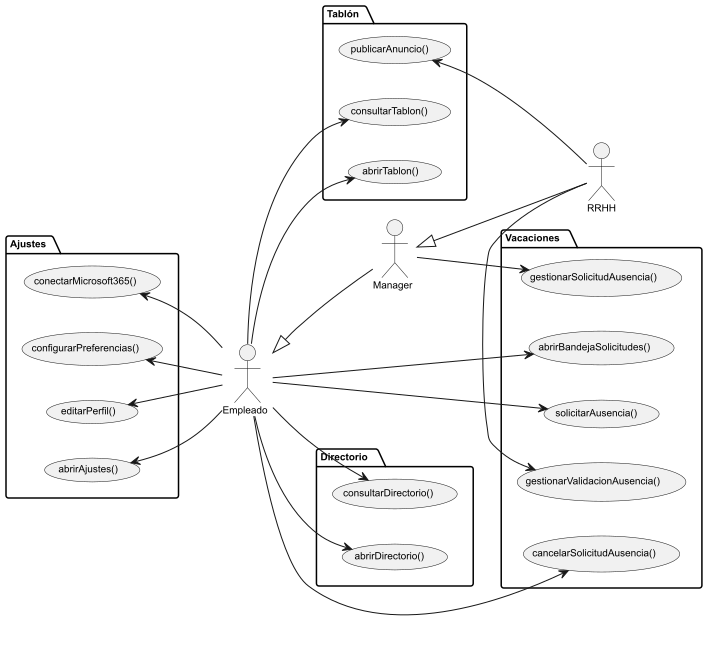
Above: modelosUML/png/casosUsoPersonas.png in lostal/seven-suite (PlantUML), before the change. Its source is kept beside it as modelosUML/puml/casosUsoPersonas.puml. Source of this version:
```plantuml
@startuml casosUsoPersonas

left to right direction
skinparam defaultFontName Arial
skinparam defaultFontSize 10

actor "Empleado" as empleado
actor "Manager"  as manager
actor "RRHH"     as rrhh

empleado <|-- manager
manager  <|-- rrhh

package "Vacaciones" {
  usecase "abrirBandejaSolicitudes()"     as UC_ABS
  usecase "solicitarAusencia()"            as UC_SA
  usecase "cancelarSolicitudAusencia()"    as UC_CSA
  usecase "gestionarSolicitudAusencia()"   as UC_GSA
  usecase "gestionarValidacionAusencia()"  as UC_GVA
}

package "Tablón" {
  usecase "abrirTablon()"     as UC_AT
  usecase "consultarTablon()" as UC_CT
  usecase "publicarAnuncio()" as UC_PA
}

package "Directorio" {
  usecase "abrirDirectorio()"     as UC_AD
  usecase "consultarDirectorio()" as UC_CD
}

package "Ajustes" {
  usecase "abrirAjustes()"           as UC_AA
  usecase "editarPerfil()"           as UC_EP
  usecase "configurarPreferencias()" as UC_CFP
  usecase "conectarMicrosoft365()"   as UC_CM
}

empleado --> UC_ABS
empleado --> UC_SA
(UC_CSA) <-- empleado
empleado --> UC_AT
(UC_CT) <-- empleado
empleado --> UC_AD
(UC_CD) <-- empleado
empleado --> UC_AA
(UC_EP) <-- empleado
(UC_CFP) <-- empleado
(UC_CM) <-- empleado

manager --> UC_GSA

rrhh --> UC_GVA
rrhh --> UC_PA

@enduml
```
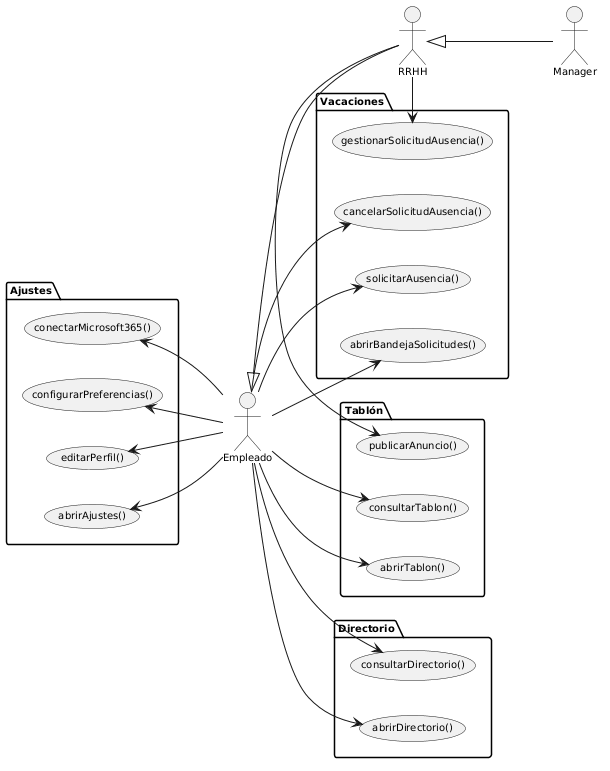
After the commit.

The edit, as a diff of the source:
```diff
@@ -1,22 +1,23 @@
 @startuml casosUsoPersonas
+
+skinparam backgroundColor #FFFFFF
 
 left to right direction
 skinparam defaultFontName Arial
 skinparam defaultFontSize 10
 
 actor "Empleado" as empleado
+actor "RRHH"     as rrhh
 actor "Manager"  as manager
-actor "RRHH"     as rrhh
 
-empleado <|-- manager
-manager  <|-- rrhh
+empleado <|-- rrhh
+rrhh     <|-- manager
 
 package "Vacaciones" {
   usecase "abrirBandejaSolicitudes()"     as UC_ABS
   usecase "solicitarAusencia()"            as UC_SA
   usecase "cancelarSolicitudAusencia()"    as UC_CSA
   usecase "gestionarSolicitudAusencia()"   as UC_GSA
-  usecase "gestionarValidacionAusencia()"  as UC_GVA
 }
 
 package "Tablón" {
@@ -49,9 +50,7 @@
 (UC_CFP) <-- empleado
 (UC_CM) <-- empleado
 
-manager --> UC_GSA
-
-rrhh --> UC_GVA
+rrhh --> UC_GSA
 rrhh --> UC_PA
 
 @enduml
```
